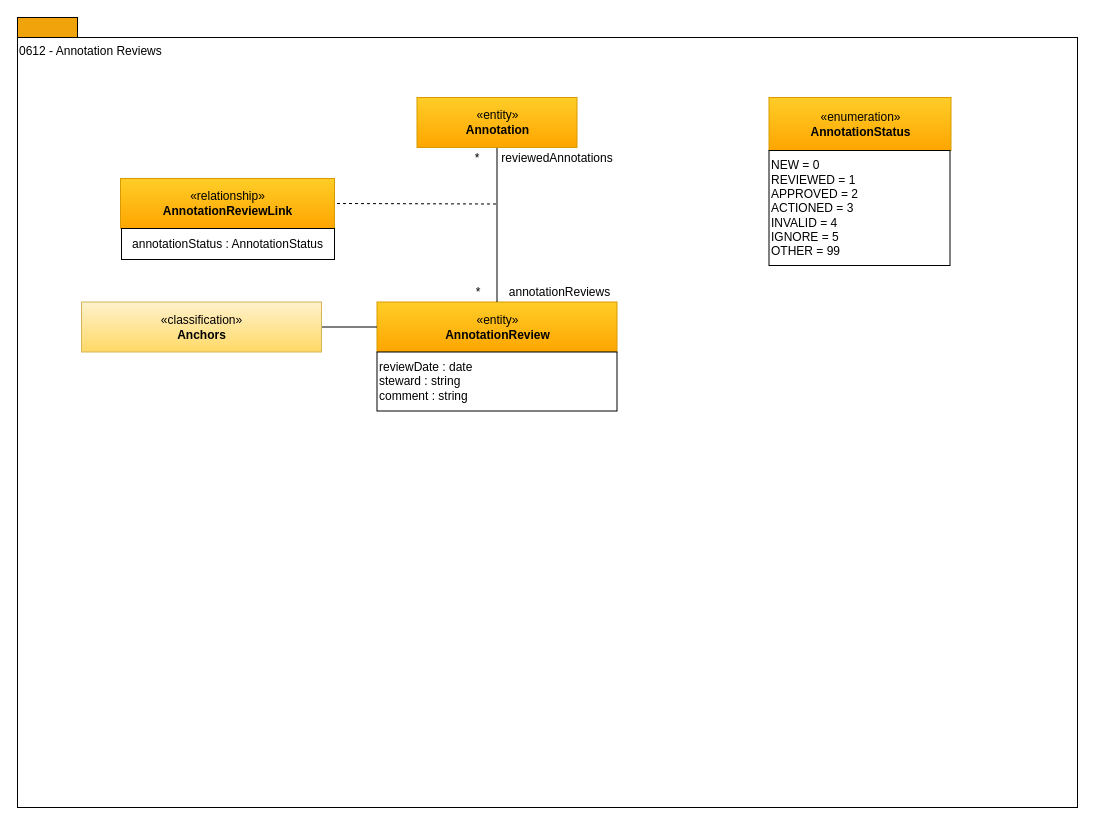
This is page "0612-Annotation-Reviews" (7 of 18) of open-metadata-publication/website/open-metadata-types/area-6-discovery.drawio from odpi/egeria, a draw.io file, before an edit. Source tidied: cells renumbered, new cells numbered last; positions are measured from the earlier drawing's top-left corner, leaving out a move shared by most shapes. Both pictures are drawn from the tidied source at 100%, with x=0, y=0 at pixel (17, 17).
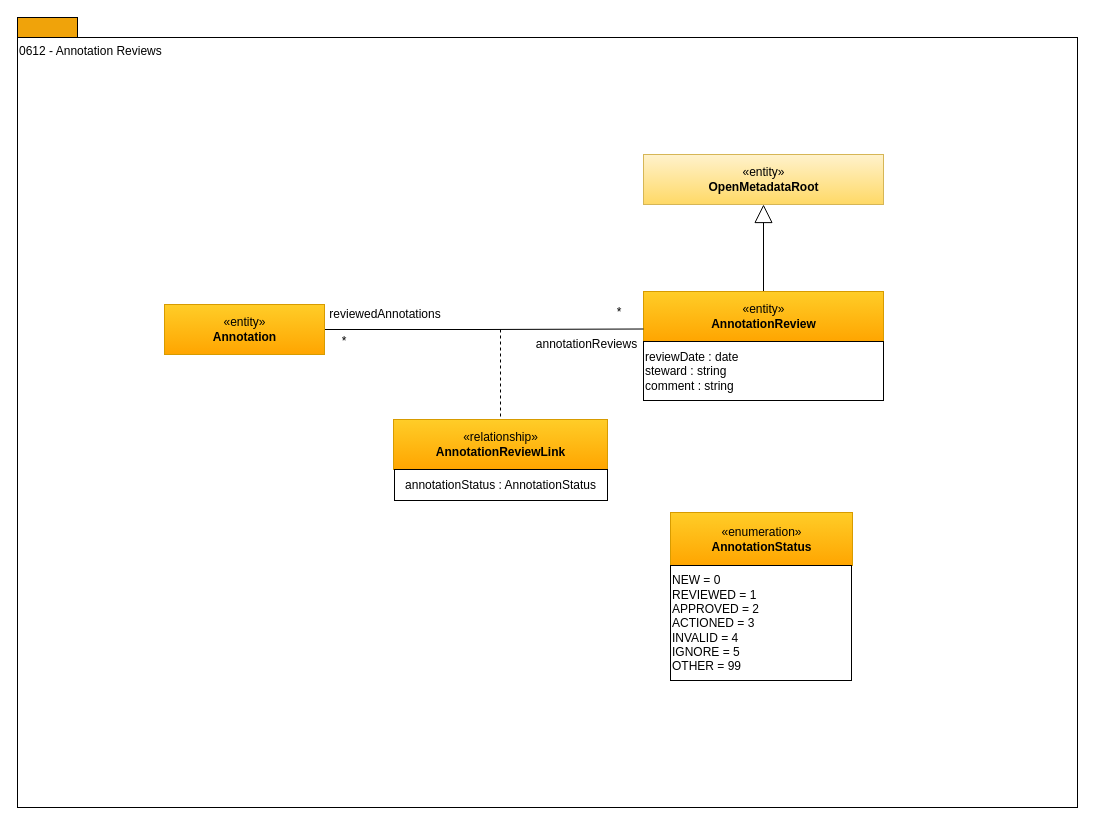
The same page after the edit.

Change to the diagram source:
```diff
@@
 <mxGraphModel>
   <root>
     <mxCell id="0" />
     <mxCell id="1" parent="0" />
     <mxCell id="2" style="rounded=0;whiteSpace=wrap;html=1;align=left;fillColor=#f0a30a;strokeColor=#000000;fontColor=#ffffff;" parent="1" vertex="1">
       <mxGeometry width="60" height="20" as="geometry" />
     </mxCell>
     <mxCell id="3" value="0612 - Annotation Reviews" style="rounded=0;whiteSpace=wrap;html=1;align=left;verticalAlign=top;" parent="1" vertex="1">
       <mxGeometry y="20" width="1060" height="770" as="geometry" />
     </mxCell>
+    <mxCell id="17" style="edgeStyle=orthogonalEdgeStyle;rounded=0;jettySize=auto;html=1;endArrow=block;endFill=0;endSize=16;" parent="1" edge="1" source="4" target="18">
+      <mxGeometry relative="1" as="geometry" />
+    </mxCell>
     <mxCell id="4" value="«entity»&lt;br&gt;&lt;b&gt;AnnotationReview&lt;/b&gt;" style="html=1;strokeColor=#d79b00;align=center;fillColor=#ffcd28;gradientColor=#ffa500;" parent="1" vertex="1">
-      <mxGeometry x="359.5" y="284.5" width="240" height="50" as="geometry" />
+      <mxGeometry x="626" y="274" width="240" height="50" as="geometry" />
     </mxCell>
     <mxCell id="5" value="reviewDate : date&lt;br&gt;steward : string&lt;br&gt;comment : string&lt;br&gt;" style="rounded=0;whiteSpace=wrap;html=1;strokeColor=#000000;gradientColor=#ffffff;align=left;" parent="1" vertex="1">
-      <mxGeometry x="359.5" y="334.5" width="240" height="59" as="geometry" />
+      <mxGeometry x="626" y="324" width="240" height="59" as="geometry" />
     </mxCell>
-    <mxCell id="6" style="edgeStyle=orthogonalEdgeStyle;rounded=0;html=1;endArrow=none;endFill=0;jettySize=auto;" parent="1" edge="1" source="7" target="4">
+    <mxCell id="6" style="edgeStyle=orthogonalEdgeStyle;rounded=0;html=1;endArrow=none;endFill=0;jettySize=auto;entryX=0;entryY=0.75;entryDx=0;entryDy=0;" parent="1" edge="1" source="7" target="4">
       <mxGeometry relative="1" as="geometry" />
     </mxCell>
     <mxCell id="7" value="«entity»&lt;br&gt;&lt;b&gt;Annotation&lt;/b&gt;" style="html=1;strokeColor=#d79b00;align=center;fillColor=#ffcd28;gradientColor=#ffa500;" parent="1" vertex="1">
-      <mxGeometry x="399.5" y="80" width="160" height="50" as="geometry" />
+      <mxGeometry x="147" y="287" width="160" height="50" as="geometry" />
     </mxCell>
     <mxCell id="8" value="«relationship»&lt;br&gt;&lt;b&gt;AnnotationReviewLink&lt;/b&gt;" style="html=1;strokeColor=#d79b00;align=center;fillColor=#ffcd28;gradientColor=#ffa500;" parent="1" vertex="1">
-      <mxGeometry x="103" y="161" width="214" height="50" as="geometry" />
+      <mxGeometry x="376" y="402" width="214" height="50" as="geometry" />
     </mxCell>
-    <mxCell id="9" style="endArrow=none;dashed=1;html=1;entryX=1;entryY=0.5;" parent="1" edge="1" target="8">
+    <mxCell id="9" style="endArrow=none;dashed=1;html=1;entryX=0.5;entryY=0;entryDx=0;entryDy=0;" parent="1" edge="1" target="8">
       <mxGeometry relative="1" as="geometry">
-        <mxPoint x="478.5" y="186.5" as="sourcePoint" />
+        <mxPoint x="483" y="312" as="sourcePoint" />
       </mxGeometry>
     </mxCell>
     <mxCell id="10" value="annotationStatus : AnnotationStatus" style="rounded=0;whiteSpace=wrap;html=1;strokeColor=#000000;gradientColor=#ffffff;align=center;" parent="1" vertex="1">
-      <mxGeometry x="104" y="211" width="213" height="31" as="geometry" />
+      <mxGeometry x="377" y="452" width="213" height="31" as="geometry" />
     </mxCell>
     <mxCell id="11" value="*" style="text;html=1;strokeColor=none;fillColor=none;align=center;verticalAlign=middle;whiteSpace=wrap;rounded=0;" parent="1" vertex="1">
-      <mxGeometry x="439.5" y="130.5" width="40" height="20" as="geometry" />
+      <mxGeometry x="307" y="314" width="40" height="20" as="geometry" />
     </mxCell>
     <mxCell id="12" value="*" style="text;html=1;strokeColor=none;fillColor=none;align=center;verticalAlign=middle;whiteSpace=wrap;rounded=0;" parent="1" vertex="1">
-      <mxGeometry x="440.5" y="264.5" width="40" height="20" as="geometry" />
+      <mxGeometry x="581.5" y="285" width="40" height="20" as="geometry" />
     </mxCell>
     <mxCell id="13" value="reviewedAnnotations" style="text;html=1;strokeColor=none;fillColor=none;align=center;verticalAlign=middle;whiteSpace=wrap;rounded=0;" parent="1" vertex="1">
-      <mxGeometry x="487.5" y="130.5" width="104" height="20" as="geometry" />
+      <mxGeometry x="316" y="287" width="104" height="20" as="geometry" />
     </mxCell>
     <mxCell id="14" value="annotationReviews" style="text;html=1;strokeColor=none;fillColor=none;align=center;verticalAlign=middle;whiteSpace=wrap;rounded=0;" parent="1" vertex="1">
-      <mxGeometry x="480.5" y="264.5" width="123" height="20" as="geometry" />
+      <mxGeometry x="508" y="317" width="123" height="20" as="geometry" />
     </mxCell>
     <mxCell id="15" value="«enumeration»&lt;br&gt;&lt;b&gt;AnnotationStatus&lt;/b&gt;" style="html=1;strokeColor=#d79b00;align=center;fillColor=#ffcd28;gradientColor=#ffa500;" parent="1" vertex="1">
-      <mxGeometry x="751.5" y="80" width="182" height="53" as="geometry" />
+      <mxGeometry x="653" y="495" width="182" height="53" as="geometry" />
     </mxCell>
     <mxCell id="16" value="NEW = 0&lt;br&gt;REVIEWED = 1&lt;br&gt;APPROVED = 2&lt;br&gt;ACTIONED = 3&lt;br&gt;INVALID = 4&lt;br&gt;IGNORE = 5&lt;br&gt;OTHER = 99&lt;br&gt;" style="rounded=0;whiteSpace=wrap;html=1;strokeColor=#000000;gradientColor=#ffffff;align=left;" parent="1" vertex="1">
-      <mxGeometry x="751.5" y="133" width="181" height="115" as="geometry" />
+      <mxGeometry x="653" y="548" width="181" height="115" as="geometry" />
     </mxCell>
-    <mxCell id="17" style="edgeStyle=orthogonalEdgeStyle;rounded=0;jettySize=auto;html=1;endArrow=none;endFill=0;exitX=0;exitY=0.5;exitDx=0;exitDy=0;" parent="1" edge="1" source="4" target="18">
-      <mxGeometry relative="1" as="geometry" />
-    </mxCell>
-    <mxCell id="18" value="«classification»&lt;br&gt;&lt;b&gt;Anchors&lt;/b&gt;" style="html=1;strokeColor=#d6b656;align=center;fillColor=#fff2cc;gradientColor=#ffd966;" parent="1" vertex="1">
-      <mxGeometry x="64" y="284.5" width="240" height="50" as="geometry" />
+    <mxCell id="18" value="«entity»&lt;br&gt;&lt;b&gt;OpenMetadataRoot&lt;/b&gt;" style="html=1;strokeColor=#d6b656;align=center;fillColor=#fff2cc;gradientColor=#ffd966;" parent="1" vertex="1">
+      <mxGeometry x="626" y="137" width="240" height="50" as="geometry" />
     </mxCell>
   </root>
 </mxGraphModel>
```
